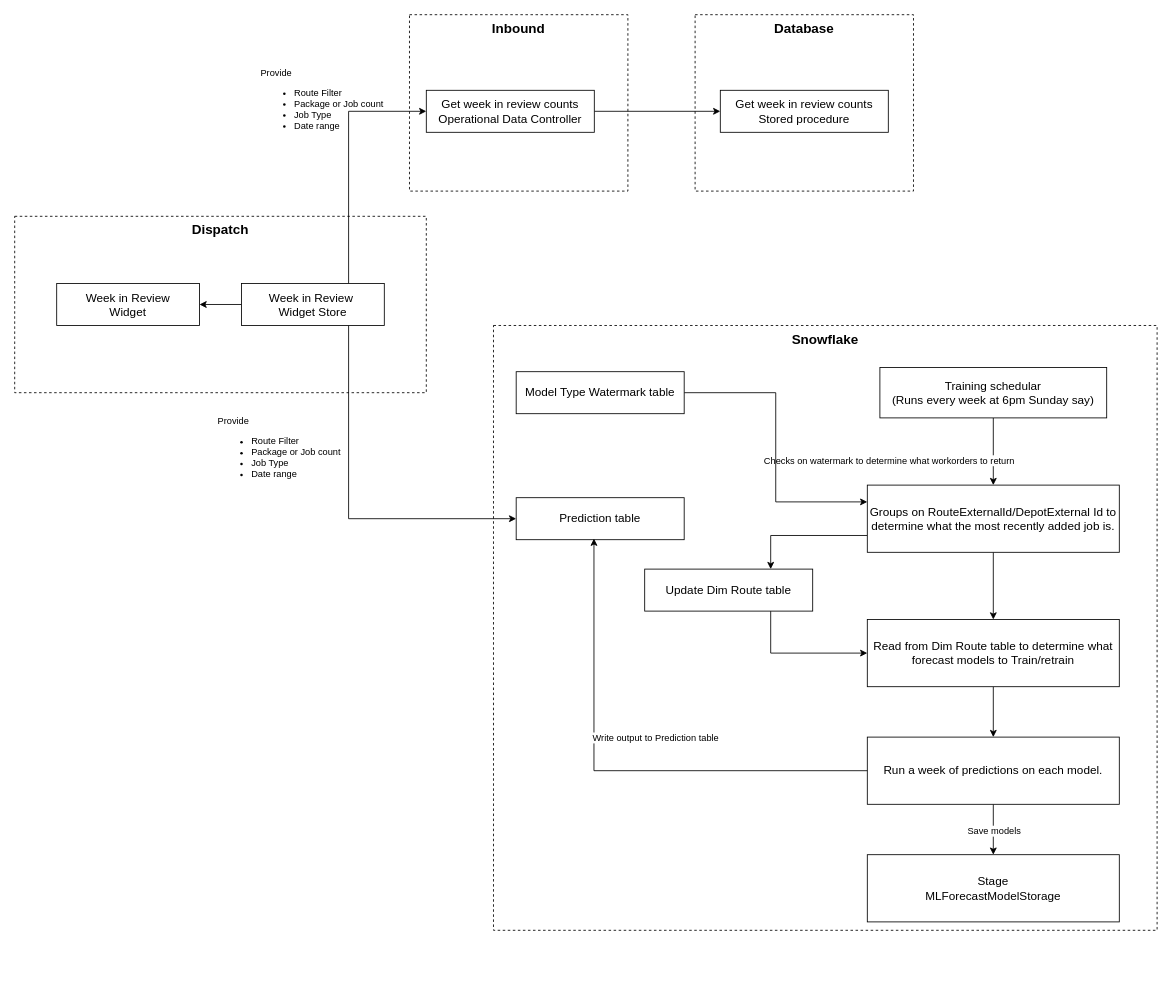
Above: ML Forecasting.drawio in gbates-e2open/drawioFiles (draw.io), before the change. Source tidied: cells renumbered, new cells numbered last; positions are measured from the earlier drawing's top-left corner, leaving out a move shared by most shapes. Both pictures are drawn from the tidied source at 84%, with x=0, y=0 at pixel (14, 14).
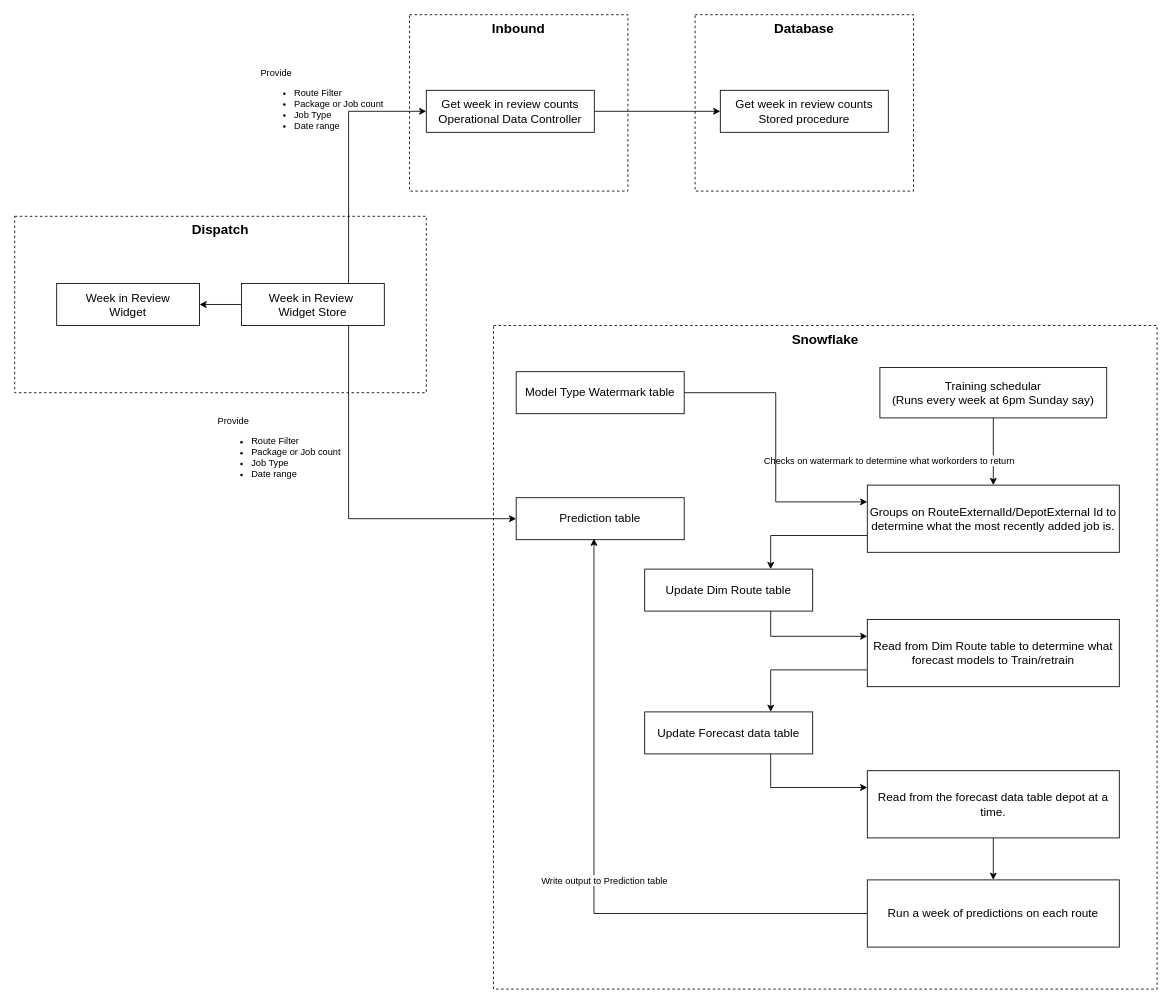
After the change.

The change refers to these unchanged cells:
```xml
<mxCell id="22" value="&lt;font style=&quot;font-size: 14px;&quot;&gt;Groups on RouteExternalId/DepotExternal Id to determine what the most recently added job is.&lt;/font&gt;" style="rounded=0;whiteSpace=wrap;html=1;" parent="1" vertex="1">
  <mxGeometry x="1015" y="560" width="300" height="80" as="geometry" />
</mxCell>
<mxCell id="24" value="Update Dim Route table" style="whiteSpace=wrap;html=1;align=center;fontSize=14;" parent="1" vertex="1">
  <mxGeometry x="750" y="660" width="200" height="50" as="geometry" />
</mxCell>
<mxCell id="26" value="&lt;div&gt;&lt;font style=&quot;font-size: 14px;&quot;&gt;Read from Dim Route table to determine what forecast models to&amp;nbsp;&lt;/font&gt;&lt;span style=&quot;font-size: 14px; background-color: transparent; color: light-dark(rgb(0, 0, 0), rgb(255, 255, 255));&quot;&gt;Train/retrain&lt;/span&gt;&lt;/div&gt;" style="rounded=0;whiteSpace=wrap;html=1;" parent="1" vertex="1">
  <mxGeometry x="1015" y="720" width="300" height="80" as="geometry" />
</mxCell>
```

Diff of the diagram source:
```diff
@@
     <mxCell id="14" value="&lt;span style=&quot;font-size: 16px;&quot;&gt;&lt;b&gt;Snowflake&lt;/b&gt;&lt;/span&gt;" style="html=1;whiteSpace=wrap;dashed=1;gradientColor=default;fillColor=none;labelPosition=center;verticalLabelPosition=middle;align=center;verticalAlign=top;" parent="1" vertex="1">
-      <mxGeometry x="570" y="370" width="790" height="720" as="geometry" />
+      <mxGeometry x="570" y="370" width="790" height="790" as="geometry" />
     </mxCell>
@@
-    <mxCell id="21" style="edgeStyle=orthogonalEdgeStyle;rounded=0;jettySize=auto;html=1;exitX=0.5;exitY=1;exitDx=0;exitDy=0;entryX=0.5;entryY=0;entryDx=0;entryDy=0;" parent="1" edge="1" source="22" target="26">
-      <mxGeometry relative="1" as="geometry" />
-    </mxCell>
@@
-    <mxCell id="23" style="edgeStyle=orthogonalEdgeStyle;rounded=0;jettySize=auto;html=1;exitX=0.75;exitY=1;exitDx=0;exitDy=0;entryX=0;entryY=0.5;entryDx=0;entryDy=0;" parent="1" edge="1" source="24" target="26">
+    <mxCell id="23" style="edgeStyle=orthogonalEdgeStyle;rounded=0;jettySize=auto;html=1;exitX=0.75;exitY=1;exitDx=0;exitDy=0;entryX=0;entryY=0.25;entryDx=0;entryDy=0;" parent="1" edge="1" source="24" target="26">
       <mxGeometry relative="1" as="geometry" />
     </mxCell>
@@
-    <mxCell id="25" style="edgeStyle=orthogonalEdgeStyle;rounded=0;jettySize=auto;html=1;exitX=0.5;exitY=1;exitDx=0;exitDy=0;entryX=0.5;entryY=0;entryDx=0;entryDy=0;" parent="1" edge="1" source="26" target="29">
-      <mxGeometry relative="1" as="geometry" />
-    </mxCell>
+    <mxCell id="35" style="edgeStyle=orthogonalEdgeStyle;rounded=0;jettySize=auto;html=1;exitX=0;exitY=0.75;exitDx=0;exitDy=0;entryX=0.75;entryY=0;entryDx=0;entryDy=0;" parent="1" edge="1" source="26" target="37">
+      <mxGeometry relative="1" as="geometry" />
+    </mxCell>
@@
-    <mxCell id="27" style="edgeStyle=orthogonalEdgeStyle;rounded=0;jettySize=auto;html=1;exitX=0.5;exitY=1;exitDx=0;exitDy=0;entryX=0.5;entryY=0;entryDx=0;entryDy=0;" parent="1" edge="1" source="29" target="32">
-      <mxGeometry relative="1" as="geometry" />
-    </mxCell>
-    <mxCell id="28" value="Save models" style="edgeLabel;html=1;align=center;verticalAlign=middle;" parent="27" vertex="1">
-      <mxGeometry x="0.02" y="5" relative="1" as="geometry">
-        <mxPoint x="-5" as="offset" />
-      </mxGeometry>
-    </mxCell>
-    <mxCell id="29" value="&lt;div&gt;&lt;span style=&quot;font-size: 14px;&quot;&gt;Run a week of predictions on each model.&lt;/span&gt;&lt;/div&gt;" style="rounded=0;whiteSpace=wrap;html=1;" parent="1" vertex="1">
-      <mxGeometry x="1015" y="860" width="300" height="80" as="geometry" />
+    <mxCell id="29" value="&lt;div&gt;&lt;span style=&quot;font-size: 14px;&quot;&gt;Run a week of predictions on each route&lt;/span&gt;&lt;/div&gt;" style="rounded=0;whiteSpace=wrap;html=1;" parent="1" vertex="1">
+      <mxGeometry x="1015" y="1030" width="300" height="80" as="geometry" />
     </mxCell>
@@
-    <mxCell id="32" value="&lt;div&gt;&lt;span style=&quot;font-size: 14px;&quot;&gt;Stage&lt;/span&gt;&lt;/div&gt;&lt;div&gt;&lt;span style=&quot;font-size: 14px;&quot;&gt;MLForecastModelStorage&lt;/span&gt;&lt;/div&gt;" style="rounded=0;whiteSpace=wrap;html=1;" parent="1" vertex="1">
-      <mxGeometry x="1015" y="1000" width="300" height="80" as="geometry" />
-    </mxCell>
@@
+    <mxCell id="36" style="edgeStyle=orthogonalEdgeStyle;rounded=0;jettySize=auto;html=1;exitX=0.75;exitY=1;exitDx=0;exitDy=0;entryX=0;entryY=0.25;entryDx=0;entryDy=0;" parent="1" edge="1" source="37" target="39">
+      <mxGeometry relative="1" as="geometry" />
+    </mxCell>
+    <mxCell id="37" value="Update Forecast data table" style="whiteSpace=wrap;html=1;align=center;fontSize=14;" parent="1" vertex="1">
+      <mxGeometry x="750" y="830" width="200" height="50" as="geometry" />
+    </mxCell>
+    <mxCell id="38" style="edgeStyle=orthogonalEdgeStyle;rounded=0;jettySize=auto;html=1;exitX=0.5;exitY=1;exitDx=0;exitDy=0;entryX=0.5;entryY=0;entryDx=0;entryDy=0;" parent="1" edge="1" source="39" target="29">
+      <mxGeometry relative="1" as="geometry" />
+    </mxCell>
+    <mxCell id="39" value="&lt;span style=&quot;font-size: 14px;&quot;&gt;Read from the forecast data table depot at a time.&lt;/span&gt;" style="rounded=0;whiteSpace=wrap;html=1;" parent="1" vertex="1">
+      <mxGeometry x="1015" y="900" width="300" height="80" as="geometry" />
+    </mxCell>
```
